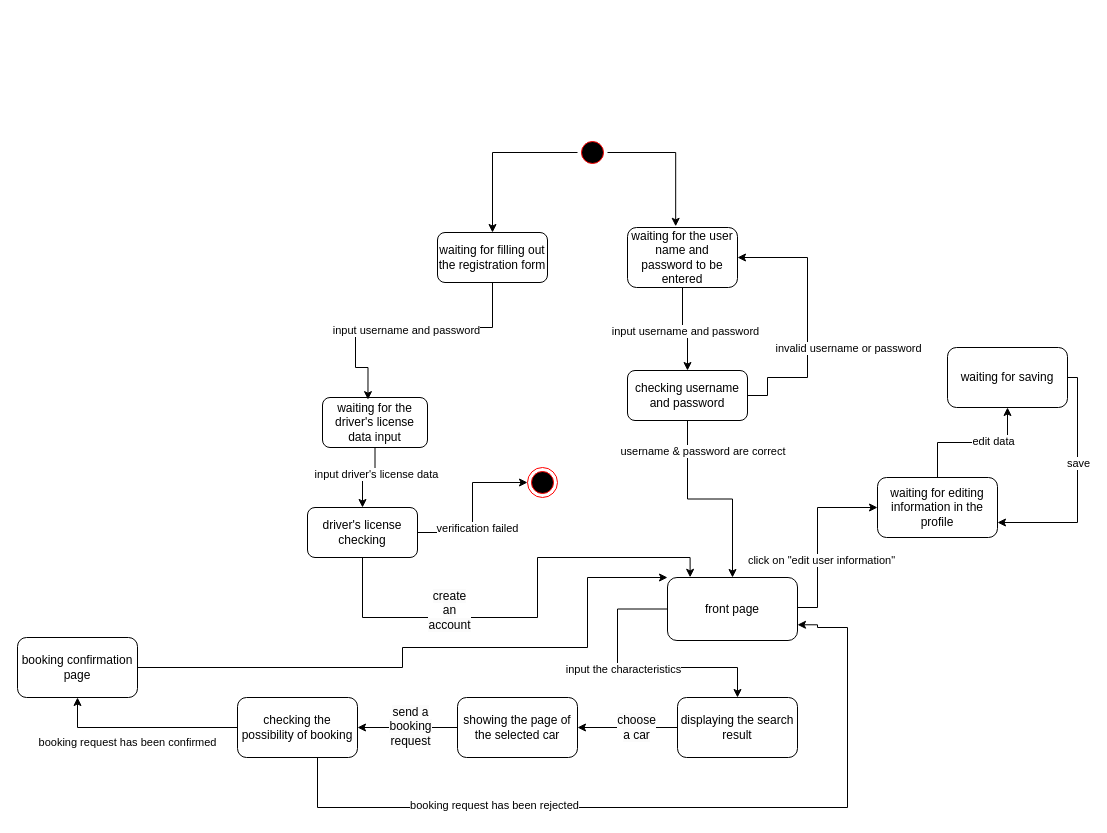
The draw.io diagram Диаграмма деятельности и диаграмма состояний/Состояния.drawio in dinara-khusainova/ModelingSystems, before the edit. Source tidied: cells renumbered, new cells numbered last; positions are measured from the earlier drawing's top-left corner, leaving out a move shared by most shapes. Both pictures are drawn from the tidied source at 100%, with x=0, y=0 at pixel (17, 137).
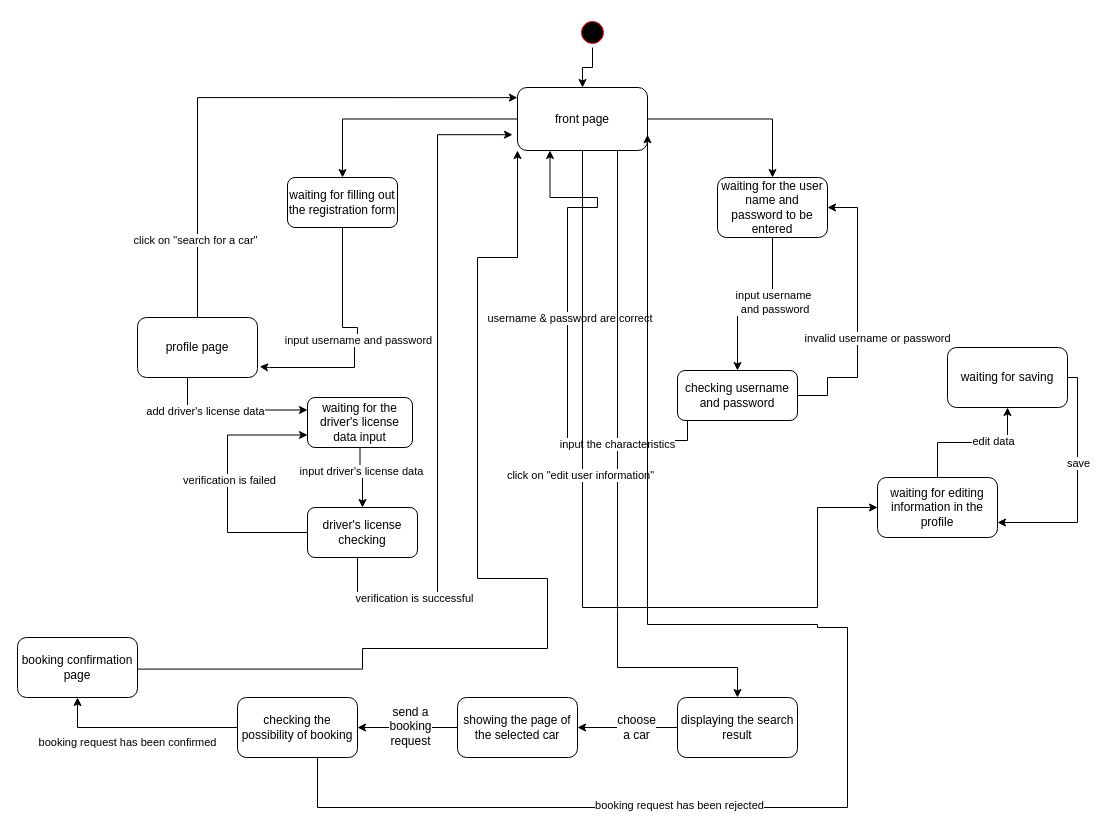
Above is the later version.

Unchanged cells that the change refers to:
```xml
<mxCell id="12" value="driver's license checking" style="rounded=1;whiteSpace=wrap;html=1;" parent="1" vertex="1">
  <mxGeometry x="290" y="370" width="110" height="50" as="geometry" />
</mxCell>
<mxCell id="13" style="edgeStyle=orthogonalEdgeStyle;rounded=0;jettySize=auto;html=1;exitX=0.5;exitY=1;exitDx=0;exitDy=0;entryX=0.5;entryY=0;entryDx=0;entryDy=0;" parent="1" edge="1" source="15" target="18">
  <mxGeometry relative="1" as="geometry" />
</mxCell>
<mxCell id="42" value="booking confirmation page" style="rounded=1;whiteSpace=wrap;html=1;" parent="1" vertex="1">
  <mxGeometry y="500" width="120" height="60" as="geometry" />
</mxCell>
```

Change to the diagram source:
```diff
@@
-    <mxCell id="2" style="edgeStyle=orthogonalEdgeStyle;rounded=0;jettySize=auto;html=1;entryX=0.5;entryY=0;entryDx=0;entryDy=0;" parent="1" edge="1" source="3" target="4">
-      <mxGeometry relative="1" as="geometry" />
-    </mxCell>
     <mxCell id="3" style="ellipse;html=1;shape=startState;fillColor=#000000;strokeColor=#ff0000;" parent="1" vertex="1">
-      <mxGeometry x="560" width="30" height="30" as="geometry" />
+      <mxGeometry x="560" y="-120" width="30" height="30" as="geometry" />
     </mxCell>
     <mxCell id="4" value="waiting for filling out the registration form" style="rounded=1;whiteSpace=wrap;html=1;" parent="1" vertex="1">
-      <mxGeometry x="420" y="95" width="110" height="50" as="geometry" />
+      <mxGeometry x="270" y="40" width="110" height="50" as="geometry" />
     </mxCell>
@@
     <mxCell id="7" value="waiting for the driver's license data input" style="rounded=1;whiteSpace=wrap;html=1;" parent="1" vertex="1">
-      <mxGeometry x="305" y="260" width="105" height="50" as="geometry" />
+      <mxGeometry x="290" y="260" width="105" height="50" as="geometry" />
     </mxCell>
-    <mxCell id="8" style="edgeStyle=orthogonalEdgeStyle;rounded=0;jettySize=auto;html=1;exitX=0.5;exitY=1;exitDx=0;exitDy=0;entryX=0.174;entryY=-0.003;entryDx=0;entryDy=0;entryPerimeter=0;" parent="1" edge="1" source="12" target="25">
-      <mxGeometry relative="1" as="geometry">
-        <Array as="points">
-          <mxPoint x="345" y="480" />
-          <mxPoint x="520" y="480" />
-          <mxPoint x="520" y="420" />
-          <mxPoint x="673" y="420" />
-        </Array>
-      </mxGeometry>
-    </mxCell>
-    <mxCell id="9" value="&lt;span style=&quot;font-size: 12px; text-wrap: wrap; background-color: rgb(251, 251, 251);&quot;&gt;create an account&lt;/span&gt;" style="edgeLabel;html=1;align=center;verticalAlign=middle;" parent="8" vertex="1">
-      <mxGeometry x="-0.16" y="1" relative="1" as="geometry">
-        <mxPoint x="-50" y="-7" as="offset" />
-      </mxGeometry>
-    </mxCell>
-    <mxCell id="10" style="edgeStyle=orthogonalEdgeStyle;rounded=0;jettySize=auto;html=1;entryX=0;entryY=0.5;entryDx=0;entryDy=0;" parent="1" edge="1" source="12" target="29">
-      <mxGeometry relative="1" as="geometry" />
+    <mxCell id="10" style="edgeStyle=orthogonalEdgeStyle;rounded=0;jettySize=auto;html=1;exitX=1;exitY=0.75;exitDx=0;exitDy=0;entryX=0;entryY=0.75;entryDx=0;entryDy=0;" parent="1" edge="1" source="12" target="7">
+      <mxGeometry relative="1" as="geometry">
+        <Array as="points">
+          <mxPoint x="400" y="395" />
+          <mxPoint x="210" y="395" />
+          <mxPoint x="210" y="298" />
+          <mxPoint x="290" y="298" />
+        </Array>
+      </mxGeometry>
     </mxCell>
-    <mxCell id="11" value="&lt;span style=&quot;text-align: left;&quot;&gt;verification failed&lt;/span&gt;" style="edgeLabel;html=1;align=center;verticalAlign=middle;" parent="10" vertex="1">
-      <mxGeometry x="-0.07" y="-1" relative="1" as="geometry">
-        <mxPoint x="3" y="14" as="offset" />
-      </mxGeometry>
-    </mxCell>
+    <mxCell id="49" value="verification is failed" style="edgeLabel;html=1;align=center;verticalAlign=middle;" parent="10" vertex="1">
+      <mxGeometry x="0.34" y="-1" relative="1" as="geometry" />
+    </mxCell>
+    <mxCell id="50" style="edgeStyle=orthogonalEdgeStyle;rounded=0;orthogonalLoop=1;jettySize=auto;html=1;entryX=0;entryY=0.75;entryDx=0;entryDy=0;" parent="1" edge="1">
+      <mxGeometry relative="1" as="geometry">
+        <mxPoint x="340" y="420" as="sourcePoint" />
+        <mxPoint x="495" y="-2.8" as="targetPoint" />
+        <Array as="points">
+          <mxPoint x="340" y="460" />
+          <mxPoint x="420" y="460" />
+          <mxPoint x="420" y="-3" />
+        </Array>
+      </mxGeometry>
+    </mxCell>
+    <mxCell id="51" value="verification is successful" style="edgeLabel;html=1;align=center;verticalAlign=middle;" parent="50" vertex="1">
+      <mxGeometry x="-0.86" y="2" relative="1" as="geometry">
+        <mxPoint x="50" y="2" as="offset" />
+      </mxGeometry>
+    </mxCell>
@@
-    <mxCell id="14" value="input username and password" style="edgeLabel;html=1;align=center;verticalAlign=middle;" parent="13" vertex="1">
-      <mxGeometry x="-0.01" y="-2" relative="1" as="geometry" />
+    <mxCell id="14" value="input username&lt;div&gt;&amp;nbsp;and password&lt;/div&gt;" style="edgeLabel;html=1;align=center;verticalAlign=middle;" parent="13" vertex="1">
+      <mxGeometry x="-0.01" y="-2" relative="1" as="geometry">
+        <mxPoint x="17" as="offset" />
+      </mxGeometry>
     </mxCell>
     <mxCell id="15" value="waiting for the user name and password to be entered" style="rounded=1;whiteSpace=wrap;html=1;" parent="1" vertex="1">
-      <mxGeometry x="610" y="90" width="110" height="60" as="geometry" />
+      <mxGeometry x="700" y="40" width="110" height="60" as="geometry" />
     </mxCell>
-    <mxCell id="16" style="edgeStyle=orthogonalEdgeStyle;rounded=0;jettySize=auto;html=1;exitX=0.5;exitY=1;exitDx=0;exitDy=0;entryX=0.5;entryY=0;entryDx=0;entryDy=0;" parent="1" edge="1" source="18" target="25">
-      <mxGeometry relative="1" as="geometry" />
+    <mxCell id="16" style="edgeStyle=orthogonalEdgeStyle;rounded=0;jettySize=auto;html=1;exitX=0.5;exitY=1;exitDx=0;exitDy=0;entryX=0.25;entryY=1;entryDx=0;entryDy=0;" parent="1" edge="1" source="18" target="25">
+      <mxGeometry relative="1" as="geometry">
+        <Array as="points">
+          <mxPoint x="670" y="283" />
+          <mxPoint x="670" y="303" />
+          <mxPoint x="550" y="303" />
+          <mxPoint x="550" y="70" />
+          <mxPoint x="580" y="70" />
+          <mxPoint x="580" y="60" />
+          <mxPoint x="533" y="60" />
+        </Array>
+      </mxGeometry>
     </mxCell>
@@
     <mxCell id="18" value="checking username and password" style="rounded=1;whiteSpace=wrap;html=1;" parent="1" vertex="1">
-      <mxGeometry x="610" y="233" width="120" height="50" as="geometry" />
+      <mxGeometry x="660" y="233" width="120" height="50" as="geometry" />
     </mxCell>
     <mxCell id="19" style="edgeStyle=orthogonalEdgeStyle;rounded=0;jettySize=auto;html=1;entryX=1;entryY=0.5;entryDx=0;entryDy=0;exitX=1;exitY=0.5;exitDx=0;exitDy=0;" parent="1" edge="1" source="18" target="15">
       <mxGeometry relative="1" as="geometry">
         <Array as="points">
-          <mxPoint x="750" y="258" />
-          <mxPoint x="750" y="240" />
-          <mxPoint x="790" y="240" />
-          <mxPoint x="790" y="120" />
+          <mxPoint x="810" y="258" />
+          <mxPoint x="810" y="240" />
+          <mxPoint x="840" y="240" />
+          <mxPoint x="840" y="70" />
         </Array>
       </mxGeometry>
     </mxCell>
     <mxCell id="20" value="invalid username or password" style="edgeLabel;html=1;align=center;verticalAlign=middle;" parent="19" vertex="1">
       <mxGeometry x="-0.81" y="2" relative="1" as="geometry">
-        <mxPoint x="82" y="-43" as="offset" />
+        <mxPoint x="53" y="-56" as="offset" />
       </mxGeometry>
     </mxCell>
@@
+    <mxCell id="52" style="edgeStyle=orthogonalEdgeStyle;rounded=0;jettySize=auto;html=1;entryX=0.5;entryY=0;entryDx=0;entryDy=0;" parent="1" edge="1" source="25" target="4">
+      <mxGeometry relative="1" as="geometry" />
+    </mxCell>
+    <mxCell id="53" style="edgeStyle=orthogonalEdgeStyle;rounded=0;jettySize=auto;html=1;entryX=0.5;entryY=0;entryDx=0;entryDy=0;" parent="1" edge="1" source="25" target="15">
+      <mxGeometry relative="1" as="geometry" />
+    </mxCell>
     <mxCell id="25" value="front page" style="rounded=1;whiteSpace=wrap;html=1;" parent="1" vertex="1">
-      <mxGeometry x="650" y="440" width="130" height="63" as="geometry" />
+      <mxGeometry x="500" y="-50" width="130" height="63" as="geometry" />
     </mxCell>
-    <mxCell id="26" style="edgeStyle=orthogonalEdgeStyle;rounded=0;jettySize=auto;html=1;entryX=0.438;entryY=-0.02;entryDx=0;entryDy=0;entryPerimeter=0;" parent="1" edge="1" source="3" target="15">
-      <mxGeometry relative="1" as="geometry" />
-    </mxCell>
-    <mxCell id="27" style="edgeStyle=orthogonalEdgeStyle;rounded=0;jettySize=auto;html=1;entryX=0.433;entryY=0.043;entryDx=0;entryDy=0;entryPerimeter=0;" parent="1" edge="1" source="4" target="7">
+    <mxCell id="27" style="edgeStyle=orthogonalEdgeStyle;rounded=0;jettySize=auto;html=1;exitX=0.5;exitY=1;exitDx=0;exitDy=0;entryX=1.018;entryY=0.818;entryDx=0;entryDy=0;entryPerimeter=0;" parent="1" edge="1" source="4" target="57">
       <mxGeometry relative="1" as="geometry">
         <Array as="points">
-          <mxPoint x="475" y="190" />
-          <mxPoint x="338" y="190" />
-          <mxPoint x="338" y="230" />
-          <mxPoint x="350" y="230" />
+          <mxPoint x="325" y="190" />
+          <mxPoint x="340" y="190" />
+          <mxPoint x="340" y="200" />
+          <mxPoint x="337" y="200" />
+          <mxPoint x="337" y="230" />
+          <mxPoint x="252" y="230" />
         </Array>
       </mxGeometry>
     </mxCell>
@@
-    <mxCell id="29" style="ellipse;html=1;shape=endState;fillColor=#000000;strokeColor=#ff0000;" parent="1" vertex="1">
-      <mxGeometry x="510" y="330" width="30" height="30" as="geometry" />
-    </mxCell>
@@
-    <mxCell id="41" style="edgeStyle=orthogonalEdgeStyle;rounded=0;jettySize=auto;html=1;entryX=0;entryY=0;entryDx=0;entryDy=0;" parent="1" edge="1" source="42" target="25">
+    <mxCell id="41" style="edgeStyle=orthogonalEdgeStyle;rounded=0;jettySize=auto;html=1;entryX=0;entryY=1;entryDx=0;entryDy=0;" parent="1" edge="1" target="25">
       <mxGeometry relative="1" as="geometry">
+        <mxPoint x="80" y="531.6" as="sourcePoint" />
         <Array as="points">
-          <mxPoint x="385" y="530" />
-          <mxPoint x="385" y="510" />
-          <mxPoint x="570" y="510" />
-          <mxPoint x="570" y="440" />
+          <mxPoint x="345" y="532" />
+          <mxPoint x="345" y="511" />
+          <mxPoint x="530" y="511" />
+          <mxPoint x="530" y="441" />
+          <mxPoint x="460" y="441" />
+          <mxPoint x="460" y="120" />
+          <mxPoint x="500" y="120" />
         </Array>
       </mxGeometry>
     </mxCell>
@@
+    <mxCell id="54" style="edgeStyle=orthogonalEdgeStyle;rounded=0;jettySize=auto;html=1;entryX=0.5;entryY=0;entryDx=0;entryDy=0;" parent="1" edge="1" source="3" target="25">
+      <mxGeometry relative="1" as="geometry" />
+    </mxCell>
+    <mxCell id="55" style="edgeStyle=orthogonalEdgeStyle;rounded=0;jettySize=auto;html=1;entryX=0;entryY=0.25;entryDx=0;entryDy=0;" parent="1" edge="1" source="57" target="7">
+      <mxGeometry relative="1" as="geometry">
+        <Array as="points">
+          <mxPoint x="170" y="273" />
+        </Array>
+      </mxGeometry>
+    </mxCell>
+    <mxCell id="56" value="add driver's license data" style="edgeLabel;html=1;align=center;verticalAlign=middle;" parent="55" vertex="1">
+      <mxGeometry x="-0.34" y="-1" relative="1" as="geometry" />
+    </mxCell>
+    <mxCell id="57" value="profile page" style="rounded=1;whiteSpace=wrap;html=1;" parent="1" vertex="1">
+      <mxGeometry x="120" y="180" width="120" height="60" as="geometry" />
+    </mxCell>
+    <mxCell id="58" style="edgeStyle=orthogonalEdgeStyle;rounded=0;jettySize=auto;html=1;entryX=-0.001;entryY=0.161;entryDx=0;entryDy=0;entryPerimeter=0;" parent="1" edge="1" source="57" target="25">
+      <mxGeometry relative="1" as="geometry">
+        <Array as="points">
+          <mxPoint x="180" y="-40" />
+        </Array>
+      </mxGeometry>
+    </mxCell>
+    <mxCell id="59" value="click on &quot;search for a car&quot;" style="edgeLabel;html=1;align=center;verticalAlign=middle;" parent="58" vertex="1">
+      <mxGeometry x="-0.71" y="3" relative="1" as="geometry" />
+    </mxCell>
```
